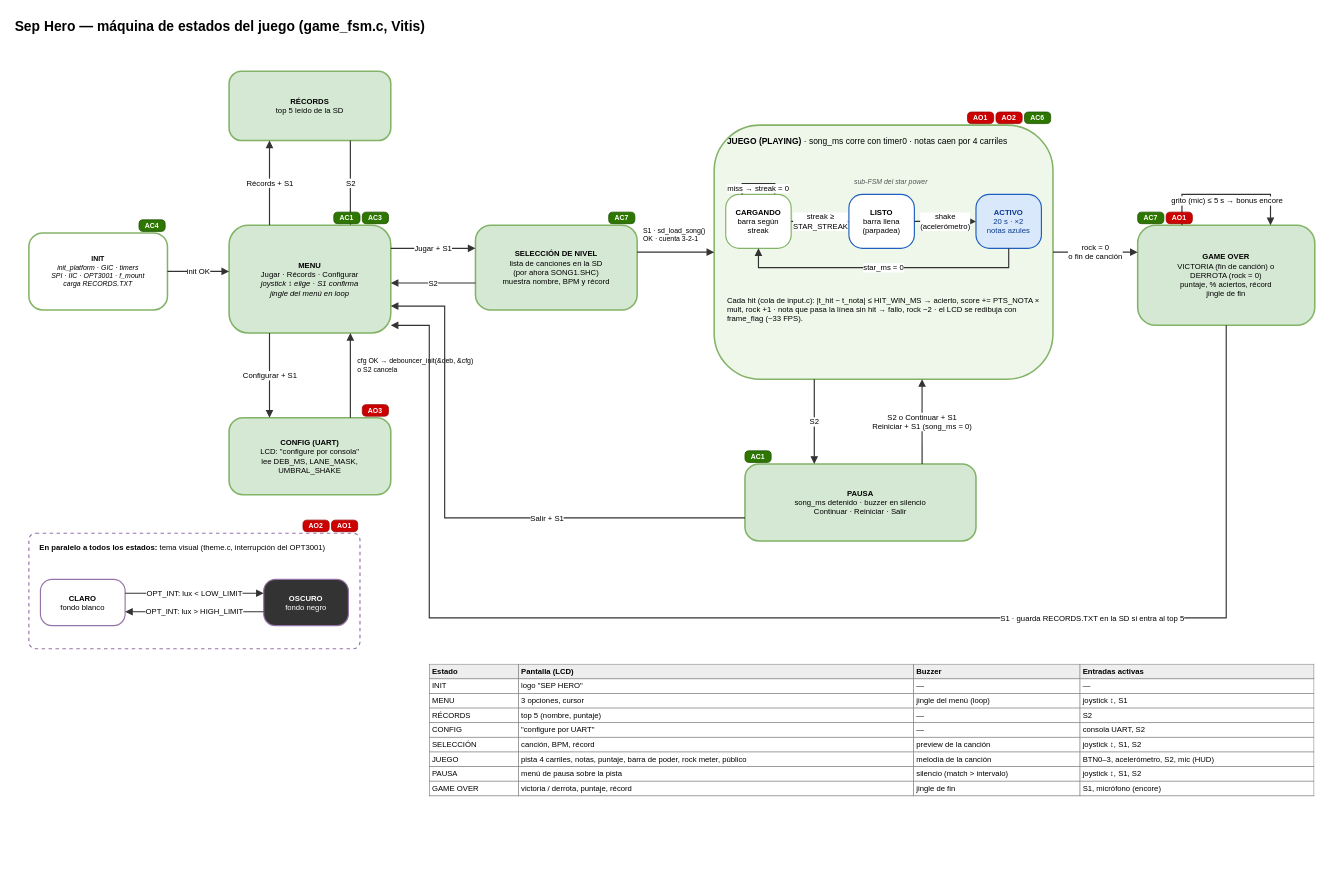
The draw.io diagram page "3 - Máquina de estados (Vitis)" (3 of 4) of docs/diagramas/SepHero_BD.drawio in martinpena03/Proyecto_2_SEP, before the edit. Source tidied: cells renumbered, new cells numbered last; positions are measured from the earlier drawing's top-left corner, leaving out a move shared by most shapes. Both pictures are drawn from the tidied source at 77%, with x=0, y=0 at pixel (13, 13).
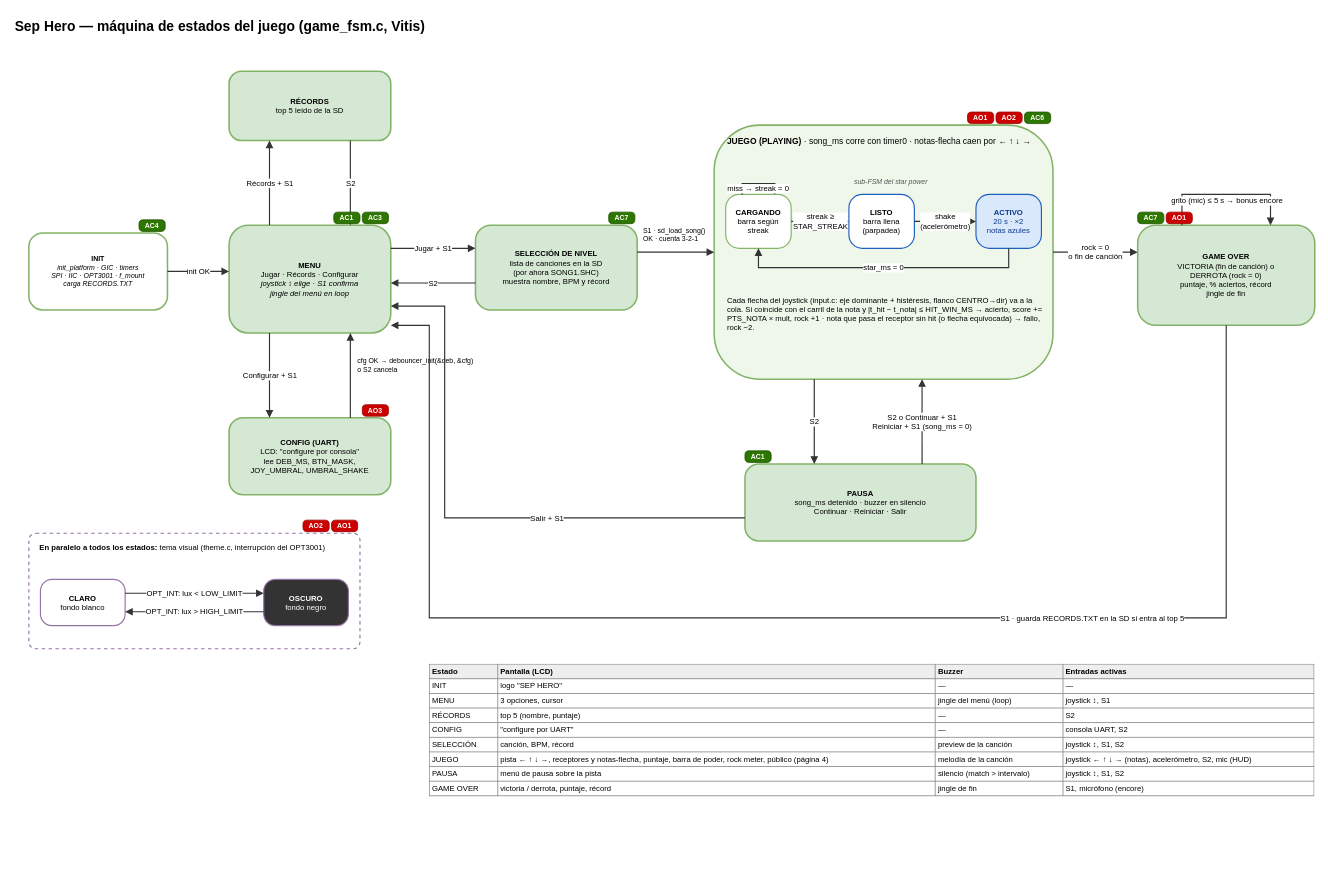
Above is the later version.

Diff of the diagram source:
```diff
@@
-    <mxCell id="6" value="&lt;b&gt;CONFIG (UART)&lt;/b&gt;&lt;br&gt;LCD: &quot;configure por consola&quot;&lt;br&gt;lee DEB_MS, LANE_MASK,&lt;br&gt;UMBRAL_SHAKE" style="rounded=1;arcSize=18;whiteSpace=wrap;html=1;fontSize=10;fillColor=#d5e8d4;strokeColor=#82b366;strokeWidth=2;" parent="1" vertex="1">
+    <mxCell id="6" value="&lt;b&gt;CONFIG (UART)&lt;/b&gt;&lt;br&gt;LCD: &quot;configure por consola&quot;&lt;br&gt;lee DEB_MS, BTN_MASK,&lt;br&gt;JOY_UMBRAL, UMBRAL_SHAKE" style="rounded=1;arcSize=18;whiteSpace=wrap;html=1;fontSize=10;fillColor=#d5e8d4;strokeColor=#82b366;strokeWidth=2;" parent="1" vertex="1">
       <mxGeometry x="280" y="525" width="210" height="100" as="geometry" />
     </mxCell>
@@
-    <mxCell id="9" value="&lt;b&gt;JUEGO (PLAYING)&lt;/b&gt; · song_ms corre con timer0 · notas caen por 4 carriles" style="text;html=1;whiteSpace=wrap;fontSize=10;align=left;verticalAlign=top;strokeColor=none;fillColor=none;fontSize=11;" parent="1" vertex="1">
+    <mxCell id="9" value="&lt;b&gt;JUEGO (PLAYING)&lt;/b&gt; · song_ms corre con timer0 · notas-flecha caen por ← ↑ ↓ →" style="text;html=1;whiteSpace=wrap;fontSize=10;align=left;verticalAlign=top;strokeColor=none;fillColor=none;fontSize=11;" parent="1" vertex="1">
       <mxGeometry x="925" y="153" width="420" height="18" as="geometry" />
     </mxCell>
@@
-    <mxCell id="18" value="Cada hit (cola de input.c): |t_hit − t_nota| ≤ HIT_WIN_MS → acierto, score += PTS_NOTA × mult, rock +1 · nota que pasa la línea sin hit → fallo, rock −2 · el LCD se redibuja con frame_flag (~33 FPS)." style="text;html=1;whiteSpace=wrap;fontSize=10;align=left;verticalAlign=top;strokeColor=none;fillColor=none;" parent="1" vertex="1">
+    <mxCell id="18" value="Cada flecha del joystick (input.c: eje dominante + histéresis, flanco CENTRO→dir) va a la cola. Si coincide con el carril de la nota y |t_hit − t_nota| ≤ HIT_WIN_MS → acierto, score += PTS_NOTA × mult, rock +1 · nota que pasa el receptor sin hit (o flecha equivocada) → fallo, rock −2." style="text;html=1;whiteSpace=wrap;fontSize=10;align=left;verticalAlign=top;strokeColor=none;fillColor=none;" parent="1" vertex="1">
       <mxGeometry x="925" y="360" width="415" height="60" as="geometry" />
     </mxCell>
@@
-    <mxCell id="56" value="&lt;table style=&quot;border-collapse:collapse;width:100%;font-size:10px&quot; border=&quot;1&quot; cellpadding=&quot;3&quot;&gt;&lt;tr style=&quot;background-color:#eeeeee&quot;&gt;&lt;th&gt;Estado&lt;/th&gt;&lt;th&gt;Pantalla (LCD)&lt;/th&gt;&lt;th&gt;Buzzer&lt;/th&gt;&lt;th&gt;Entradas activas&lt;/th&gt;&lt;/tr&gt;&lt;tr&gt;&lt;td&gt;INIT&lt;/td&gt;&lt;td&gt;logo &quot;SEP HERO&quot;&lt;/td&gt;&lt;td&gt;—&lt;/td&gt;&lt;td&gt;—&lt;/td&gt;&lt;/tr&gt;&lt;tr&gt;&lt;td&gt;MENU&lt;/td&gt;&lt;td&gt;3 opciones, cursor&lt;/td&gt;&lt;td&gt;jingle del menú (loop)&lt;/td&gt;&lt;td&gt;joystick ↕, S1&lt;/td&gt;&lt;/tr&gt;&lt;tr&gt;&lt;td&gt;RÉCORDS&lt;/td&gt;&lt;td&gt;top 5 (nombre, puntaje)&lt;/td&gt;&lt;td&gt;—&lt;/td&gt;&lt;td&gt;S2&lt;/td&gt;&lt;/tr&gt;&lt;tr&gt;&lt;td&gt;CONFIG&lt;/td&gt;&lt;td&gt;&quot;configure por UART&quot;&lt;/td&gt;&lt;td&gt;—&lt;/td&gt;&lt;td&gt;consola UART, S2&lt;/td&gt;&lt;/tr&gt;&lt;tr&gt;&lt;td&gt;SELECCIÓN&lt;/td&gt;&lt;td&gt;canción, BPM, récord&lt;/td&gt;&lt;td&gt;preview de la canción&lt;/td&gt;&lt;td&gt;joystick ↕, S1, S2&lt;/td&gt;&lt;/tr&gt;&lt;tr&gt;&lt;td&gt;JUEGO&lt;/td&gt;&lt;td&gt;pista 4 carriles, notas, puntaje, barra de poder, rock meter, público&lt;/td&gt;&lt;td&gt;melodía de la canción&lt;/td&gt;&lt;td&gt;BTN0–3, acelerómetro, S2, mic (HUD)&lt;/td&gt;&lt;/tr&gt;&lt;tr&gt;&lt;td&gt;PAUSA&lt;/td&gt;&lt;td&gt;menú de pausa sobre la pista&lt;/td&gt;&lt;td&gt;silencio (match &amp;gt; intervalo)&lt;/td&gt;&lt;td&gt;joystick ↕, S1, S2&lt;/td&gt;&lt;/tr&gt;&lt;tr&gt;&lt;td&gt;GAME OVER&lt;/td&gt;&lt;td&gt;victoria / derrota, puntaje, récord&lt;/td&gt;&lt;td&gt;jingle de fin&lt;/td&gt;&lt;td&gt;S1, micrófono (encore)&lt;/td&gt;&lt;/tr&gt;&lt;/table&gt;" style="html=1;whiteSpace=wrap;overflow=fill;fillColor=#ffffff;strokeColor=none;align=left;verticalAlign=top;fontSize=10;" parent="1" vertex="1">
+    <mxCell id="56" value="&lt;table style=&quot;border-collapse:collapse;width:100%;font-size:10px&quot; border=&quot;1&quot; cellpadding=&quot;3&quot;&gt;&lt;tr style=&quot;background-color:#eeeeee&quot;&gt;&lt;th&gt;Estado&lt;/th&gt;&lt;th&gt;Pantalla (LCD)&lt;/th&gt;&lt;th&gt;Buzzer&lt;/th&gt;&lt;th&gt;Entradas activas&lt;/th&gt;&lt;/tr&gt;&lt;tr&gt;&lt;td&gt;INIT&lt;/td&gt;&lt;td&gt;logo &quot;SEP HERO&quot;&lt;/td&gt;&lt;td&gt;—&lt;/td&gt;&lt;td&gt;—&lt;/td&gt;&lt;/tr&gt;&lt;tr&gt;&lt;td&gt;MENU&lt;/td&gt;&lt;td&gt;3 opciones, cursor&lt;/td&gt;&lt;td&gt;jingle del menú (loop)&lt;/td&gt;&lt;td&gt;joystick ↕, S1&lt;/td&gt;&lt;/tr&gt;&lt;tr&gt;&lt;td&gt;RÉCORDS&lt;/td&gt;&lt;td&gt;top 5 (nombre, puntaje)&lt;/td&gt;&lt;td&gt;—&lt;/td&gt;&lt;td&gt;S2&lt;/td&gt;&lt;/tr&gt;&lt;tr&gt;&lt;td&gt;CONFIG&lt;/td&gt;&lt;td&gt;&quot;configure por UART&quot;&lt;/td&gt;&lt;td&gt;—&lt;/td&gt;&lt;td&gt;consola UART, S2&lt;/td&gt;&lt;/tr&gt;&lt;tr&gt;&lt;td&gt;SELECCIÓN&lt;/td&gt;&lt;td&gt;canción, BPM, récord&lt;/td&gt;&lt;td&gt;preview de la canción&lt;/td&gt;&lt;td&gt;joystick ↕, S1, S2&lt;/td&gt;&lt;/tr&gt;&lt;tr&gt;&lt;td&gt;JUEGO&lt;/td&gt;&lt;td&gt;pista ← ↑ ↓ →, receptores y notas-flecha, puntaje, barra de poder, rock meter, público (página 4)&lt;/td&gt;&lt;td&gt;melodía de la canción&lt;/td&gt;&lt;td&gt;joystick ← ↑ ↓ → (notas), acelerómetro, S2, mic (HUD)&lt;/td&gt;&lt;/tr&gt;&lt;tr&gt;&lt;td&gt;PAUSA&lt;/td&gt;&lt;td&gt;menú de pausa sobre la pista&lt;/td&gt;&lt;td&gt;silencio (match &amp;gt; intervalo)&lt;/td&gt;&lt;td&gt;joystick ↕, S1, S2&lt;/td&gt;&lt;/tr&gt;&lt;tr&gt;&lt;td&gt;GAME OVER&lt;/td&gt;&lt;td&gt;victoria / derrota, puntaje, récord&lt;/td&gt;&lt;td&gt;jingle de fin&lt;/td&gt;&lt;td&gt;S1, micrófono (encore)&lt;/td&gt;&lt;/tr&gt;&lt;/table&gt;" style="html=1;whiteSpace=wrap;overflow=fill;fillColor=#ffffff;strokeColor=none;align=left;verticalAlign=top;fontSize=10;" parent="1" vertex="1">
       <mxGeometry x="540" y="845" width="1150" height="250" as="geometry" />
     </mxCell>
```
